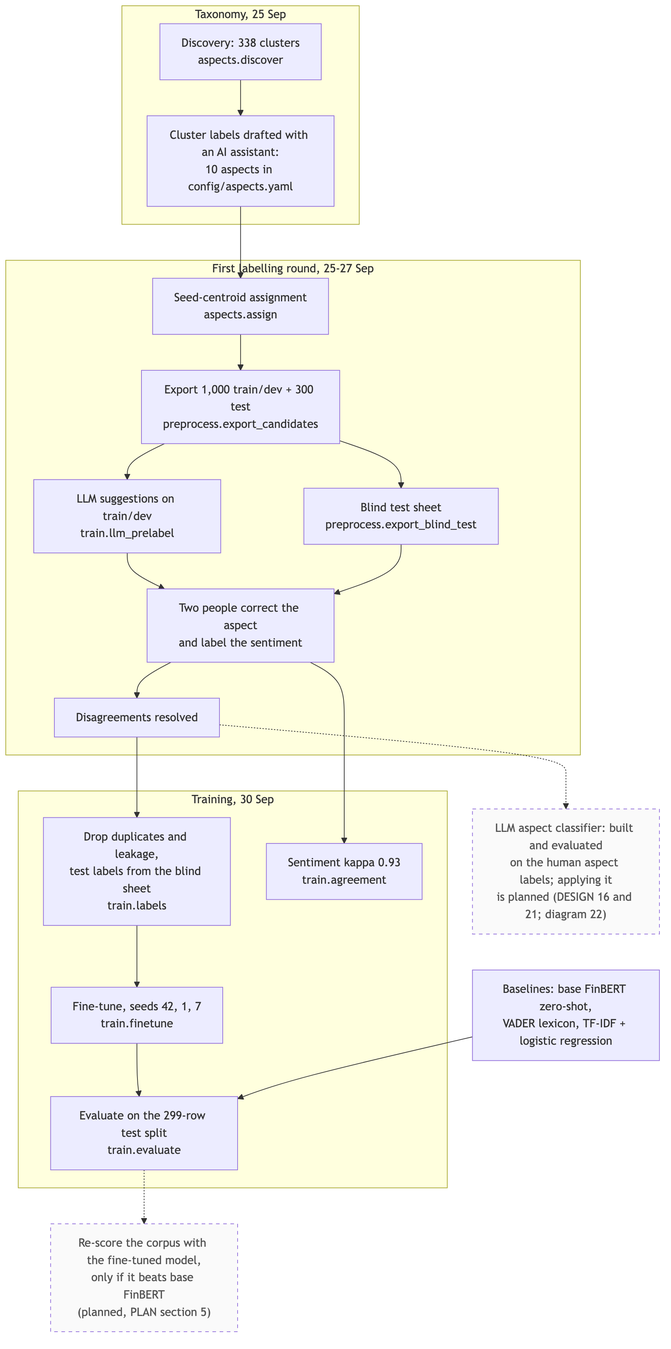
The Mermaid diagram docs/diagrams/img/09-labelling-training.png in Gavingyh/plp-project, before a commit. Its source is kept beside it as docs/diagrams/src/09-labelling-training.mmd.
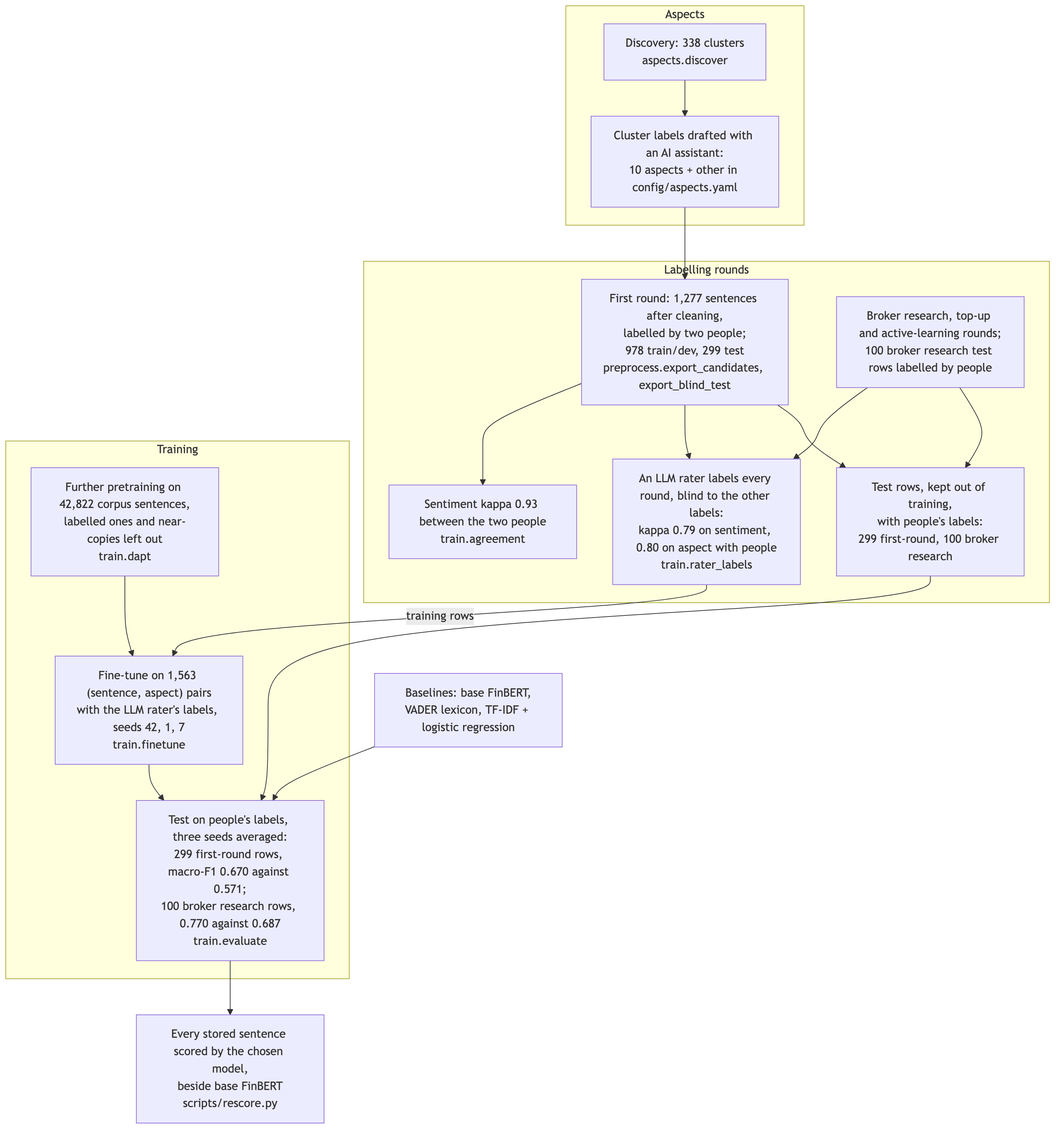
The same diagram one commit later.

The edit, as a diff of the source:
```diff
@@ -1,40 +1,37 @@
 flowchart TB
   accTitle: Labelling and training workflow
-  accDescr: The taxonomy came from labelling 338 discovery clusters. Candidates were assigned, exported with a blind test sheet, labelled by two people and resolved. The labels were cleaned, agreement measured, and FinBERT fine-tuned over three seeds and evaluated against baselines. An LLM aspect classifier is built and evaluated; applying it and re-scoring the corpus are planned.
+  accDescr: The aspects came from labelling 338 discovery clusters. People labelled the first round, whose 299 test rows they kept, and the broker research test rows; an LLM rater labelled every round. FinBERT was further pretrained on the corpus, fine-tuned over three seeds on the LLM rater's labels, and tested against baselines on the sentences people labelled. The chosen model scores the whole corpus beside base FinBERT.
 
-  subgraph tax["Taxonomy, 25 Sep"]
+  subgraph tax["Aspects"]
     disc["Discovery: 338 clusters<br/>aspects.discover"]
-    lab["Cluster labels drafted with an AI assistant:<br/>10 aspects in config/aspects.yaml"]
+    lab["Cluster labels drafted with an AI assistant:<br/>10 aspects + other in config/aspects.yaml"]
   end
 
-  subgraph round["First labelling round, 25-27 Sep"]
-    asg["Seed-centroid assignment<br/>aspects.assign"]
-    exp["Export 1,000 train/dev + 300 test<br/>preprocess.export_candidates"]
-    pre["LLM suggestions on train/dev<br/>train.llm_prelabel"]
-    blind["Blind test sheet<br/>preprocess.export_blind_test"]
-    two["Two people correct the aspect<br/>and label the sentiment"]
-    res["Disagreements resolved"]
+  subgraph rounds["Labelling rounds"]
+    first["First round: 1,277 sentences after cleaning,<br/>labelled by two people;<br/>978 train/dev, 299 test<br/>preprocess.export_candidates, export_blind_test"]
+    agree["Sentiment kappa 0.93 between the two people<br/>train.agreement"]
+    later["Broker research, top-up and active-learning rounds;<br/>100 broker research test rows labelled by people"]
+    rater["An LLM rater labels every round, blind to the other labels:<br/>kappa 0.79 on sentiment, 0.80 on aspect with people<br/>train.rater_labels"]
+    tests["Test rows, kept out of training,<br/>with people's labels:<br/>299 first-round, 100 broker research"]
   end
 
-  subgraph use["Training, 30 Sep"]
-    clean["Drop duplicates and leakage,<br/>test labels from the blind sheet<br/>train.labels"]
-    agree["Sentiment kappa 0.93<br/>train.agreement"]
-    ft["Fine-tune, seeds 42, 1, 7<br/>train.finetune"]
-    ev["Evaluate on the 299-row test split<br/>train.evaluate"]
+  subgraph use["Training"]
+    dapt["Further pretraining on 42,822 corpus sentences,<br/>labelled ones and near-copies left out<br/>train.dapt"]
+    ft["Fine-tune on 1,563 (sentence, aspect) pairs<br/>with the LLM rater's labels, seeds 42, 1, 7<br/>train.finetune"]
+    ev["Test on people's labels, three seeds averaged:<br/>299 first-round rows, macro-F1 0.670 against 0.571;<br/>100 broker research rows, 0.770 against 0.687<br/>train.evaluate"]
   end
 
-  base["Baselines: base FinBERT zero-shot,<br/>VADER lexicon, TF-IDF + logistic regression"]
-  llm["LLM aspect classifier: built and evaluated<br/>on the human aspect labels; applying it<br/>is planned (DESIGN 16 and 21; diagram 22)"]
-  rescore["Re-score the corpus with the fine-tuned model,<br/>only if it beats base FinBERT<br/>(planned, PLAN section 5)"]
+  base["Baselines: base FinBERT,<br/>VADER lexicon, TF-IDF + logistic regression"]
+  rescore["Every stored sentence scored by the chosen model,<br/>beside base FinBERT<br/>scripts/rescore.py"]
 
-  disc --> lab --> asg --> exp
-  exp --> pre --> two
-  exp --> blind --> two
-  two --> res --> clean --> ft --> ev
-  two --> agree
+  disc --> lab --> first
+  first --> agree
+  first --> rater
+  later --> rater
+  first --> tests
+  later --> tests
+  rater -- "training rows" --> ft
+  dapt --> ft --> ev
+  tests --> ev
   base --> ev
-  res -.-> llm
-  ev -.-> rescore
-
-  classDef planned stroke-dasharray: 5 5,color:#555,fill:#fafafa;
-  class llm,rescore planned;
+  ev --> rescore
```
